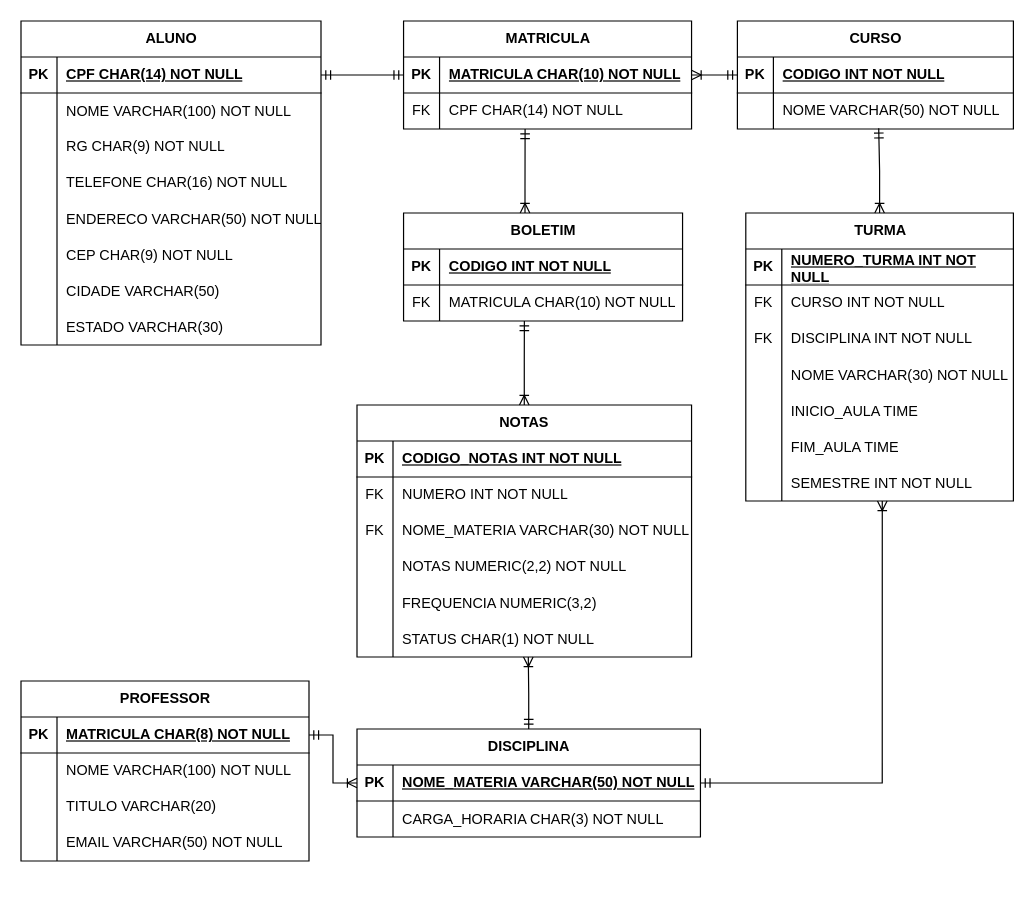
The draw.io diagram atividade db b2.drawio in ngdx4/banco_de_dados1, before the edit. Source tidied: cells renumbered, new cells numbered last; positions are measured from the earlier drawing's top-left corner, leaving out a move shared by most shapes. Both pictures are drawn from the tidied source at 120%, with x=0, y=0 at pixel (20, 20).
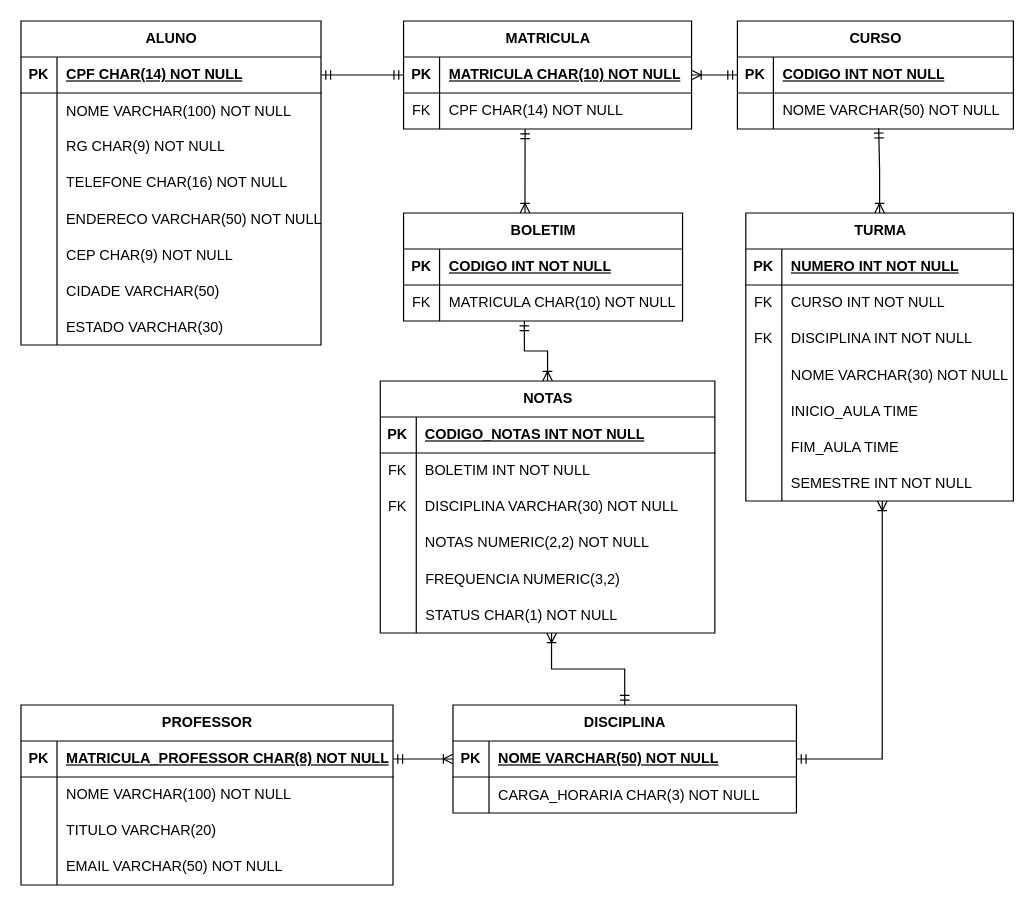
After the change.

Unchanged cells that the change refers to:
```xml
<mxCell id="3" style="shape=tableRow;horizontal=0;startSize=0;swimlaneHead=0;swimlaneBody=0;fillColor=none;points=[[0,0.5],[1,0.5]];portConstraint=eastwest;top=0;left=0;right=0;bottom=1;" parent="2" vertex="1">
  <mxGeometry y="30" width="286.2" height="30" as="geometry" />
</mxCell>
<mxCell id="55" style="shape=tableRow;horizontal=0;startSize=0;swimlaneHead=0;swimlaneBody=0;fillColor=none;top=0;left=0;right=0;bottom=1;" parent="54" vertex="1">
  <mxGeometry y="30" width="223" height="30" as="geometry" />
</mxCell>
<mxCell id="98" style="shape=tableRow;horizontal=0;startSize=0;swimlaneHead=0;swimlaneBody=0;fillColor=none;top=0;left=0;right=0;bottom=0;" parent="94" vertex="1">
  <mxGeometry y="60" width="278.8" height="30" as="geometry" />
</mxCell>
<mxCell id="101" style="shape=tableRow;horizontal=0;startSize=0;swimlaneHead=0;swimlaneBody=0;fillColor=none;top=0;left=0;right=0;bottom=0;" parent="94" vertex="1">
  <mxGeometry y="90" width="278.8" height="30" as="geometry" />
</mxCell>
```

What changed in the source:
```diff
@@
     <mxCell id="2" value="DISCIPLINA" style="shape=table;startSize=30;childLayout=tableLayout;rowLines=0;fontStyle=1;align=center;html=1;" parent="1" vertex="1">
-      <mxGeometry x="280" y="590" width="286.2" height="90" as="geometry" />
+      <mxGeometry x="360" y="570" width="286.2" height="90" as="geometry" />
     </mxCell>
@@
-    <mxCell id="5" value="NOME_MATERIA VARCHAR(50) NOT NULL" style="shape=partialRectangle;fillColor=none;top=0;left=0;bottom=0;right=0;align=left;spacingLeft=6;fontStyle=5;overflow=hidden;whiteSpace=wrap;html=1;" parent="3" vertex="1">
+    <mxCell id="5" value="NOME VARCHAR(50) NOT NULL" style="shape=partialRectangle;fillColor=none;top=0;left=0;bottom=0;right=0;align=left;spacingLeft=6;fontStyle=5;overflow=hidden;whiteSpace=wrap;html=1;" parent="3" vertex="1">
       <mxGeometry x="30" width="256.2" height="30" as="geometry" />
     </mxCell>
@@
     <mxCell id="41" value="PROFESSOR" style="shape=table;startSize=30;childLayout=tableLayout;rowLines=0;fontStyle=1;align=center;html=1;" parent="1" vertex="1">
-      <mxGeometry y="550" width="240" height="150" as="geometry" />
+      <mxGeometry y="570" width="310" height="150" as="geometry" />
     </mxCell>
     <mxCell id="42" style="shape=tableRow;horizontal=0;startSize=0;swimlaneHead=0;swimlaneBody=0;fillColor=none;points=[[0,0.5],[1,0.5]];portConstraint=eastwest;top=0;left=0;right=0;bottom=1;" parent="41" vertex="1">
-      <mxGeometry y="30" width="240" height="30" as="geometry" />
+      <mxGeometry y="30" width="310" height="30" as="geometry" />
     </mxCell>
@@
-    <mxCell id="44" value="MATRICULA CHAR(8) NOT NULL" style="shape=partialRectangle;fillColor=none;top=0;left=0;bottom=0;right=0;align=left;spacingLeft=6;fontStyle=5;overflow=hidden;whiteSpace=wrap;html=1;" parent="42" vertex="1">
-      <mxGeometry x="30" width="210" height="30" as="geometry" />
+    <mxCell id="44" value="MATRICULA_PROFESSOR CHAR(8) NOT NULL" style="shape=partialRectangle;fillColor=none;top=0;left=0;bottom=0;right=0;align=left;spacingLeft=6;fontStyle=5;overflow=hidden;whiteSpace=wrap;html=1;" parent="42" vertex="1">
+      <mxGeometry x="30" width="280" height="30" as="geometry" />
     </mxCell>
     <mxCell id="45" style="shape=tableRow;horizontal=0;startSize=0;swimlaneHead=0;swimlaneBody=0;fillColor=none;top=0;left=0;right=0;bottom=0;" parent="41" vertex="1">
-      <mxGeometry y="60" width="240" height="30" as="geometry" />
+      <mxGeometry y="60" width="310" height="30" as="geometry" />
     </mxCell>
@@
     <mxCell id="47" value="NOME VARCHAR(100) NOT NULL" style="shape=partialRectangle;fillColor=none;top=0;left=0;bottom=0;right=0;align=left;spacingLeft=6;overflow=hidden;whiteSpace=wrap;html=1;" parent="45" vertex="1">
-      <mxGeometry x="30" width="210" height="30" as="geometry" />
+      <mxGeometry x="30" width="280" height="30" as="geometry" />
     </mxCell>
     <mxCell id="48" style="shape=tableRow;horizontal=0;startSize=0;swimlaneHead=0;swimlaneBody=0;fillColor=none;top=0;left=0;right=0;bottom=0;" parent="41" vertex="1">
-      <mxGeometry y="90" width="240" height="30" as="geometry" />
+      <mxGeometry y="90" width="310" height="30" as="geometry" />
     </mxCell>
@@
     <mxCell id="50" value="TITULO VARCHAR(20)" style="shape=partialRectangle;fillColor=none;top=0;left=0;bottom=0;right=0;align=left;spacingLeft=6;overflow=hidden;whiteSpace=wrap;html=1;" parent="48" vertex="1">
-      <mxGeometry x="30" width="210" height="30" as="geometry" />
+      <mxGeometry x="30" width="280" height="30" as="geometry" />
     </mxCell>
     <mxCell id="51" style="shape=tableRow;horizontal=0;startSize=0;swimlaneHead=0;swimlaneBody=0;fillColor=none;top=0;left=0;right=0;bottom=0;" parent="41" vertex="1">
-      <mxGeometry y="120" width="240" height="30" as="geometry" />
+      <mxGeometry y="120" width="310" height="30" as="geometry" />
     </mxCell>
@@
     <mxCell id="53" value="EMAIL VARCHAR(50) NOT NULL" style="shape=partialRectangle;fillColor=none;top=0;left=0;bottom=0;right=0;align=left;spacingLeft=6;overflow=hidden;whiteSpace=wrap;html=1;" parent="51" vertex="1">
-      <mxGeometry x="30" width="210" height="30" as="geometry" />
+      <mxGeometry x="30" width="280" height="30" as="geometry" />
     </mxCell>
@@
-    <mxCell id="57" value="NUMERO_TURMA INT NOT NULL" style="shape=partialRectangle;fillColor=none;top=0;left=0;bottom=0;right=0;align=left;spacingLeft=6;fontStyle=5;overflow=hidden;whiteSpace=wrap;html=1;" parent="55" vertex="1">
+    <mxCell id="57" value="NUMERO INT NOT NULL" style="shape=partialRectangle;fillColor=none;top=0;left=0;bottom=0;right=0;align=left;spacingLeft=6;fontStyle=5;overflow=hidden;whiteSpace=wrap;html=1;" parent="55" vertex="1">
       <mxGeometry x="30" width="193" height="30" as="geometry" />
     </mxCell>
@@
     <mxCell id="94" value="NOTAS" style="shape=table;startSize=30;childLayout=tableLayout;rowLines=0;fontStyle=1;align=center;html=1;" parent="1" vertex="1">
-      <mxGeometry x="280" y="320" width="278.8" height="210" as="geometry" />
+      <mxGeometry x="299.4" y="300" width="278.8" height="210" as="geometry" />
     </mxCell>
@@
-    <mxCell id="100" value="NUMERO INT NOT NULL" style="shape=partialRectangle;fillColor=none;top=0;left=0;bottom=0;right=0;align=left;spacingLeft=6;overflow=hidden;whiteSpace=wrap;html=1;" parent="98" vertex="1">
+    <mxCell id="100" value="BOLETIM INT NOT NULL" style="shape=partialRectangle;fillColor=none;top=0;left=0;bottom=0;right=0;align=left;spacingLeft=6;overflow=hidden;whiteSpace=wrap;html=1;" parent="98" vertex="1">
       <mxGeometry x="30" width="248.8" height="30" as="geometry" />
     </mxCell>
@@
-    <mxCell id="103" value="NOME_MATERIA VARCHAR(30) NOT NULL" style="shape=partialRectangle;fillColor=none;top=0;left=0;bottom=0;right=0;align=left;spacingLeft=6;overflow=hidden;whiteSpace=wrap;html=1;" parent="101" vertex="1">
+    <mxCell id="103" value="DISCIPLINA VARCHAR(30) NOT NULL" style="shape=partialRectangle;fillColor=none;top=0;left=0;bottom=0;right=0;align=left;spacingLeft=6;overflow=hidden;whiteSpace=wrap;html=1;" parent="101" vertex="1">
       <mxGeometry x="30" width="248.8" height="30" as="geometry" />
     </mxCell>
```
